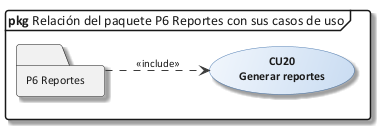
This is Docs/diagramas/26_rel_p6.png from Kato-001/nova-salud, a PlantUML export, as it was before one commit.
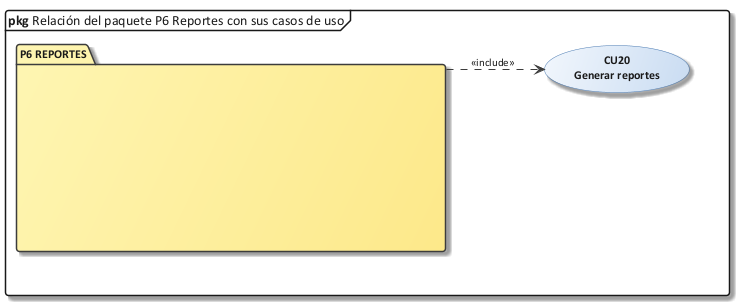
Above is the later version.

Diff of the diagram source:
```diff
@@ -1,8 +1,17 @@
 @startuml 26_rel_p6
 !include C:/Users/Sergio Estaca Paco/Desktop/HeadSalud/Docs/diagramas/estilo_ea.iuml
+skinparam PackageBackgroundColor #FFF6B3/#FDE98A
 mainframe **pkg** Relación del paquete P6 Reportes con sus casos de uso
 left to right direction
-folder "P6 Reportes" as PK
+package "P6 REPORTES" as PK {
+  skinparam rectangle<<oculto>> {
+    BackgroundColor transparent
+    BorderColor transparent
+    StereotypeFontSize 0
+    shadowing false
+  }
+  rectangle "<size:40>                                        </size>\n\n\n" <<oculto>> as X
+}
 usecase "CU20\nGenerar reportes" as CU20
 PK ..> CU20 : <<include>>
 @enduml
```
